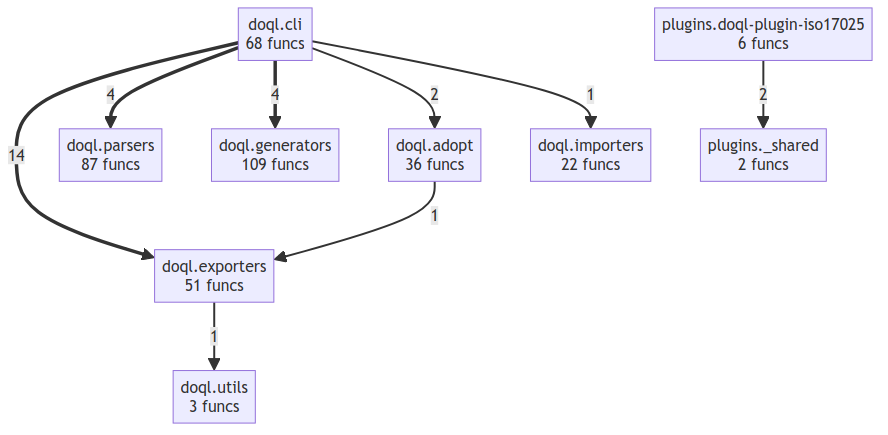
oqlos/doql keeps this Mermaid diagram as project/compact_flow.png. Above is the earlier version. Its source is kept beside it as project/compact_flow.mmd.
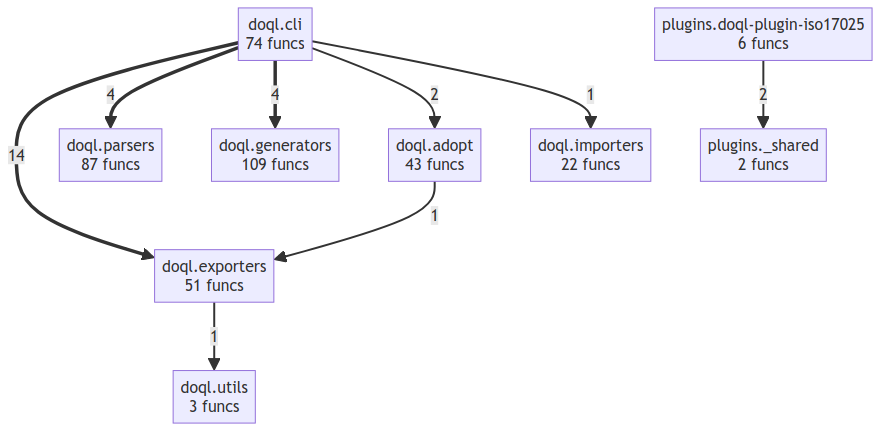
After the change.

What changed in the source:
```diff
@@ -1,6 +1,6 @@
 flowchart TD
-    doql__adopt["doql.adopt<br/>36 funcs"]
-    doql__cli["doql.cli<br/>68 funcs"]
+    doql__adopt["doql.adopt<br/>43 funcs"]
+    doql__cli["doql.cli<br/>74 funcs"]
     doql__exporters["doql.exporters<br/>51 funcs"]
     doql__generators["doql.generators<br/>109 funcs"]
     doql__importers["doql.importers<br/>22 funcs"]
```
